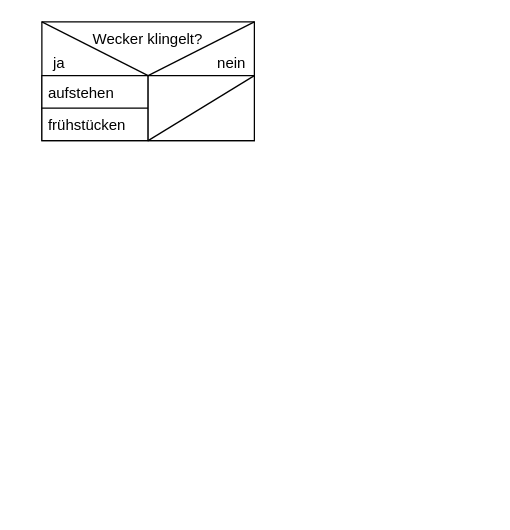
Earlier version of the draw.io diagram page "Bedingte Anweisung" (2 of 3) of Jahrgangsstufe 7.drawio (JoernWVSG/diagram). Source tidied: cells renumbered, new cells numbered last; positions are measured from the earlier drawing's top-left corner, leaving out a move shared by most shapes. Both pictures are drawn from the tidied source at 125%, with x=0, y=0 at pixel (21, 21).
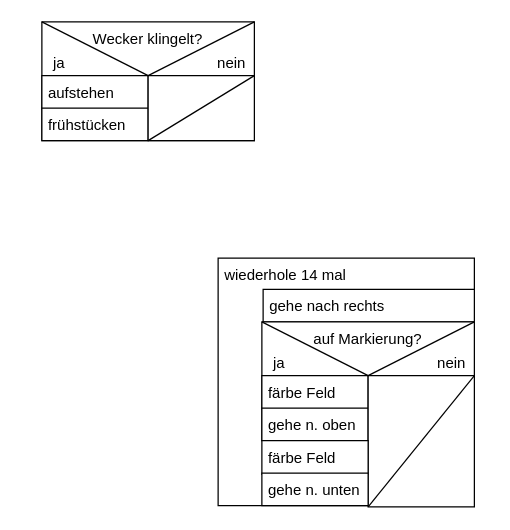
The same page after the edit.

Diff of the diagram source:
```diff
@@
+    <mxCell id="11" value="&amp;nbsp;wiederhole 14 mal" style="rounded=0;whiteSpace=wrap;html=1;align=left;verticalAlign=top;" parent="1" vertex="1">
+      <mxGeometry x="157" y="189" width="205" height="198" as="geometry" />
+    </mxCell>
+    <mxCell id="12" value="&amp;nbsp;gehe nach rechts" style="rounded=0;whiteSpace=wrap;html=1;align=left;verticalAlign=top;" parent="1" vertex="1">
+      <mxGeometry x="193" y="214" width="169" height="26" as="geometry" />
+    </mxCell>
+    <mxCell id="13" value="auf Markierung?" style="rounded=0;whiteSpace=wrap;html=1;align=center;verticalAlign=top;" parent="1" vertex="1">
+      <mxGeometry x="192" y="240" width="170" height="95" as="geometry" />
+    </mxCell>
+    <mxCell id="14" value="&amp;nbsp;färbe Feld" style="rounded=0;whiteSpace=wrap;html=1;align=left;verticalAlign=top;" parent="1" vertex="1">
+      <mxGeometry x="192" y="283" width="85" height="27" as="geometry" />
+    </mxCell>
+    <mxCell id="15" value="&amp;nbsp;gehe n. oben" style="rounded=0;whiteSpace=wrap;html=1;align=left;verticalAlign=top;" parent="1" vertex="1">
+      <mxGeometry x="192" y="309" width="85" height="26" as="geometry" />
+    </mxCell>
+    <mxCell id="16" value="&amp;nbsp;" style="rounded=0;whiteSpace=wrap;html=1;align=left;verticalAlign=top;" parent="1" vertex="1">
+      <mxGeometry x="277" y="283" width="85" height="105" as="geometry" />
+    </mxCell>
+    <mxCell id="17" style="endArrow=none;html=1;rounded=0;exitX=0;exitY=1;exitDx=0;exitDy=0;entryX=1;entryY=0;entryDx=0;entryDy=0;" parent="1" edge="1" source="16" target="16">
+      <mxGeometry relative="1" as="geometry" />
+    </mxCell>
+    <mxCell id="18" style="endArrow=none;html=1;rounded=0;exitX=0;exitY=0;exitDx=0;exitDy=0;entryX=0;entryY=0;entryDx=0;entryDy=0;" parent="1" edge="1" source="13" target="16">
+      <mxGeometry relative="1" as="geometry" />
+    </mxCell>
+    <mxCell id="19" style="endArrow=none;html=1;rounded=0;exitX=0;exitY=0;exitDx=0;exitDy=0;entryX=1;entryY=0;entryDx=0;entryDy=0;" parent="1" edge="1" source="16" target="13">
+      <mxGeometry relative="1" as="geometry" />
+    </mxCell>
+    <mxCell id="20" value="ja" style="text;html=1;align=center;verticalAlign=middle;whiteSpace=wrap;rounded=0;" parent="1" vertex="1">
+      <mxGeometry x="176" y="258" width="60" height="30" as="geometry" />
+    </mxCell>
+    <mxCell id="21" value="nein" style="text;html=1;align=center;verticalAlign=middle;whiteSpace=wrap;rounded=0;" parent="1" vertex="1">
+      <mxGeometry x="314" y="258" width="60" height="30" as="geometry" />
+    </mxCell>
+    <mxCell id="22" value="&amp;nbsp;färbe Feld" style="rounded=0;whiteSpace=wrap;html=1;align=left;verticalAlign=top;" parent="1" vertex="1">
+      <mxGeometry x="192" y="335" width="85" height="27" as="geometry" />
+    </mxCell>
+    <mxCell id="23" value="&amp;nbsp;gehe n. unten" style="rounded=0;whiteSpace=wrap;html=1;align=left;verticalAlign=top;" parent="1" vertex="1">
+      <mxGeometry x="192" y="361" width="85" height="26" as="geometry" />
+    </mxCell>
```
